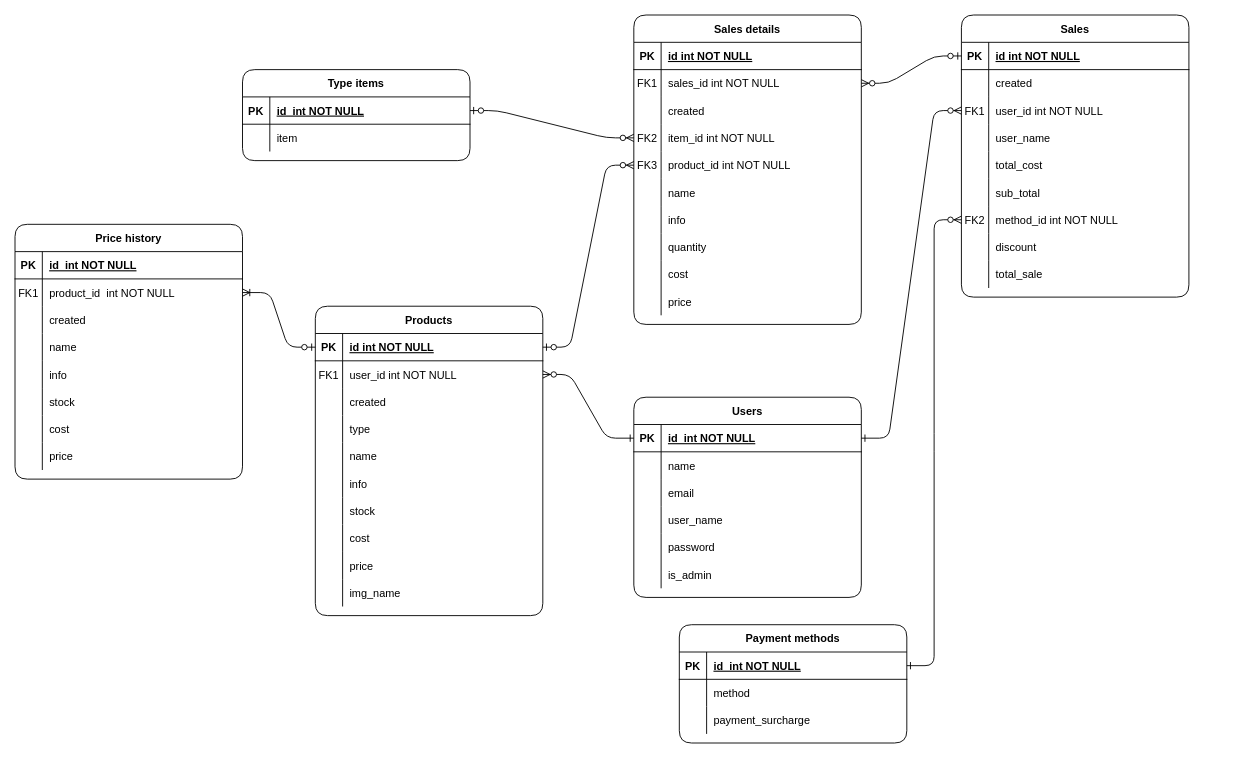
This is Diagrama sin título.drawio from m415x/POS, a draw.io file, before an edit. Source tidied: cells renumbered, new cells numbered last; positions are measured from the earlier drawing's top-left corner, leaving out a move shared by most shapes. Both pictures are drawn from the tidied source at 91%, with x=0, y=0 at pixel (15, 15).
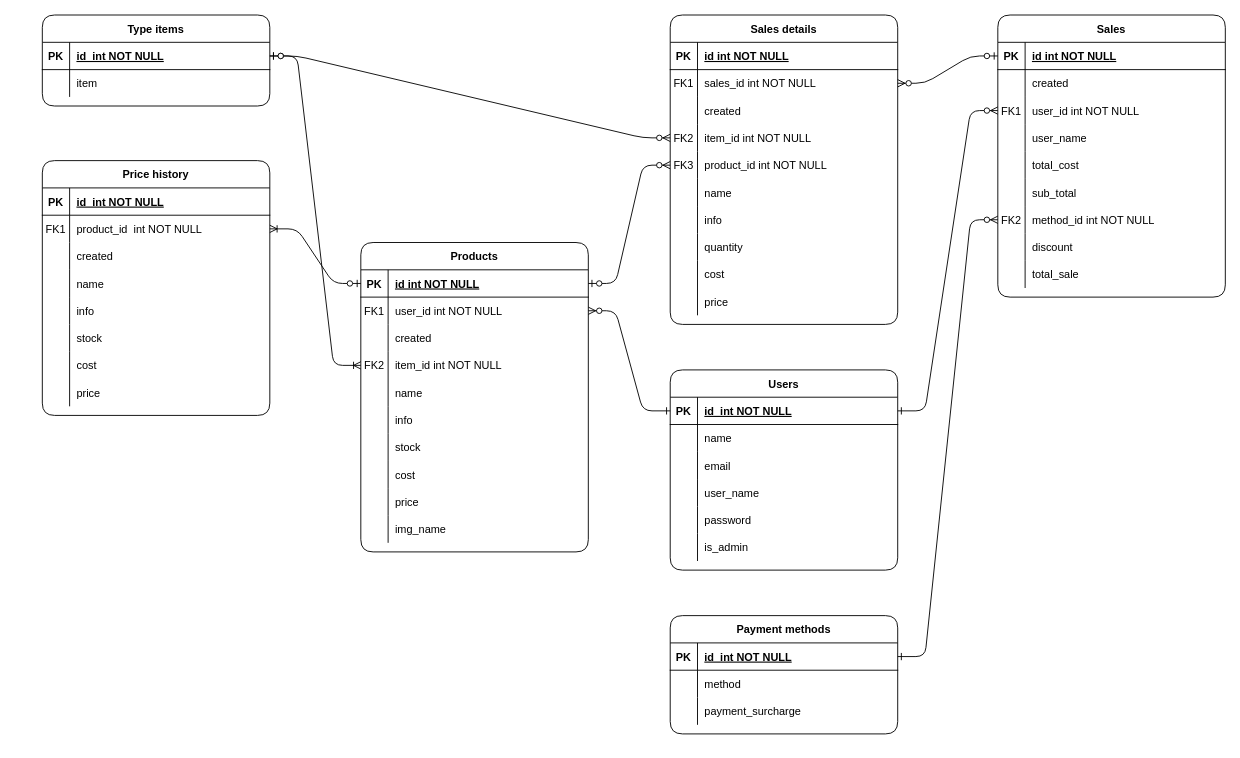
The same diagram, later.

The change refers to these unchanged cells:
```xml
<mxCell id="15" style="shape=partialRectangle;fillColor=none;points=[[0,0.5],[1,0.5]];portConstraint=eastwest;top=0;left=0;right=0;bottom=0;" parent="5" vertex="1">
  <mxGeometry y="120" width="250" height="30" as="geometry" />
</mxCell>
<mxCell id="153" style="shape=partialRectangle;fillColor=none;points=[[0,0.5],[1,0.5]];portConstraint=eastwest;top=0;left=0;right=0;bottom=1;" parent="152" vertex="1">
  <mxGeometry y="30" width="250" height="30" as="geometry" />
</mxCell>
```

Diff of the diagram source:
```diff
@@
     <mxCell id="5" value="Products" style="shape=table;startSize=30;childLayout=tableLayout;rowLines=0;fontStyle=1;align=center;rounded=1;" parent="1" vertex="1">
-      <mxGeometry x="330" y="320" width="250" height="340" as="geometry" />
+      <mxGeometry x="380" y="250" width="250" height="340" as="geometry" />
     </mxCell>
@@
-    <mxCell id="16" style="shape=partialRectangle;overflow=hidden;fillColor=none;top=0;left=0;bottom=0;right=0;" parent="15" vertex="1">
+    <mxCell id="16" value="FK2" style="shape=partialRectangle;overflow=hidden;fillColor=none;top=0;left=0;bottom=0;right=0;" parent="15" vertex="1">
       <mxGeometry width="30" height="30" as="geometry" />
     </mxCell>
-    <mxCell id="17" value="type" style="shape=partialRectangle;overflow=hidden;fillColor=none;top=0;left=0;bottom=0;right=0;align=left;spacingLeft=6;" parent="15" vertex="1">
+    <mxCell id="17" value="item_id int NOT NULL" style="shape=partialRectangle;overflow=hidden;fillColor=none;top=0;left=0;bottom=0;right=0;align=left;spacingLeft=6;" parent="15" vertex="1">
       <mxGeometry x="30" width="220" height="30" as="geometry" />
     </mxCell>
@@
     <mxCell id="36" value="Sales" style="shape=table;startSize=30;childLayout=tableLayout;rowLines=0;fontStyle=1;align=center;rounded=1;" parent="1" vertex="1">
-      <mxGeometry x="1040" width="250" height="310" as="geometry" />
+      <mxGeometry x="1080" width="250" height="310" as="geometry" />
     </mxCell>
@@
     <mxCell id="64" value="Users" style="shape=table;startSize=30;childLayout=tableLayout;rowLines=0;fontStyle=1;align=center;rounded=1;" parent="1" vertex="1">
-      <mxGeometry x="680" y="420" width="250" height="220" as="geometry" />
+      <mxGeometry x="720" y="390" width="250" height="220" as="geometry" />
     </mxCell>
@@
     <mxCell id="83" value="Sales details" style="shape=table;startSize=30;childLayout=tableLayout;rowLines=0;fontStyle=1;align=center;rounded=1;" parent="1" vertex="1">
-      <mxGeometry x="680" width="250" height="340" as="geometry" />
+      <mxGeometry x="720" width="250" height="340" as="geometry" />
     </mxCell>
@@
     <mxCell id="116" value="Price history" style="shape=table;startSize=30;childLayout=tableLayout;rowLines=0;fontStyle=1;align=center;rounded=1;" parent="1" vertex="1">
-      <mxGeometry y="230" width="250" height="280" as="geometry" />
+      <mxGeometry x="30" y="160" width="250" height="280" as="geometry" />
     </mxCell>
@@
     <mxCell id="141" value="Payment methods" style="shape=table;startSize=30;childLayout=tableLayout;rowLines=0;fontStyle=1;align=center;rounded=1;" parent="1" vertex="1">
-      <mxGeometry x="730" y="670" width="250" height="130" as="geometry" />
+      <mxGeometry x="720" y="660" width="250" height="130" as="geometry" />
     </mxCell>
@@
     <mxCell id="152" value="Type items" style="shape=table;startSize=30;childLayout=tableLayout;rowLines=0;fontStyle=1;align=center;rounded=1;" parent="1" vertex="1">
-      <mxGeometry x="250" y="60" width="250" height="100" as="geometry" />
+      <mxGeometry x="30" width="250" height="100" as="geometry" />
     </mxCell>
@@
+    <mxCell id="160" style="edgeStyle=entityRelationEdgeStyle;fontSize=12;html=1;endArrow=ERoneToMany;startArrow=ERzeroToOne;rounded=1;exitX=1;exitY=0.5;exitDx=0;exitDy=0;entryX=0;entryY=0.5;entryDx=0;entryDy=0;" parent="1" edge="1" source="153" target="15">
+      <mxGeometry relative="1" as="geometry" />
+    </mxCell>
```
